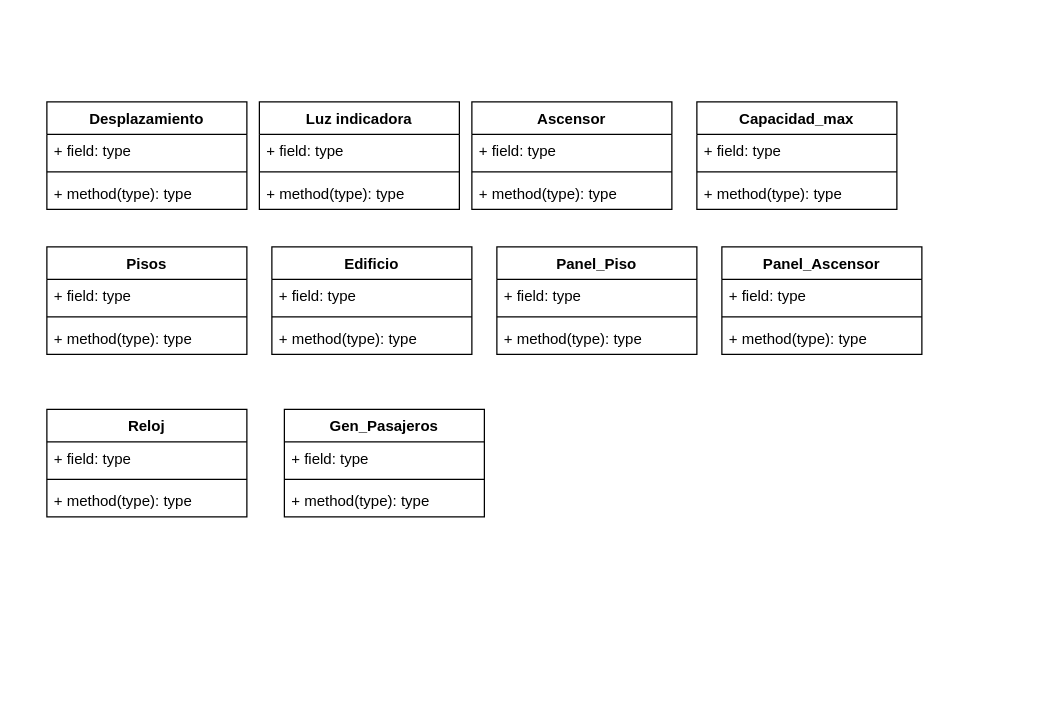
The draw.io diagram Untitled Diagram.drawio in Maguilera85/Diagrama_UML, before the edit. Source tidied: cells renumbered, new cells numbered last; positions are measured from the earlier drawing's top-left corner, leaving out a move shared by most shapes. Both pictures are drawn from the tidied source at 125%, with x=0, y=0 at pixel (46, 101).
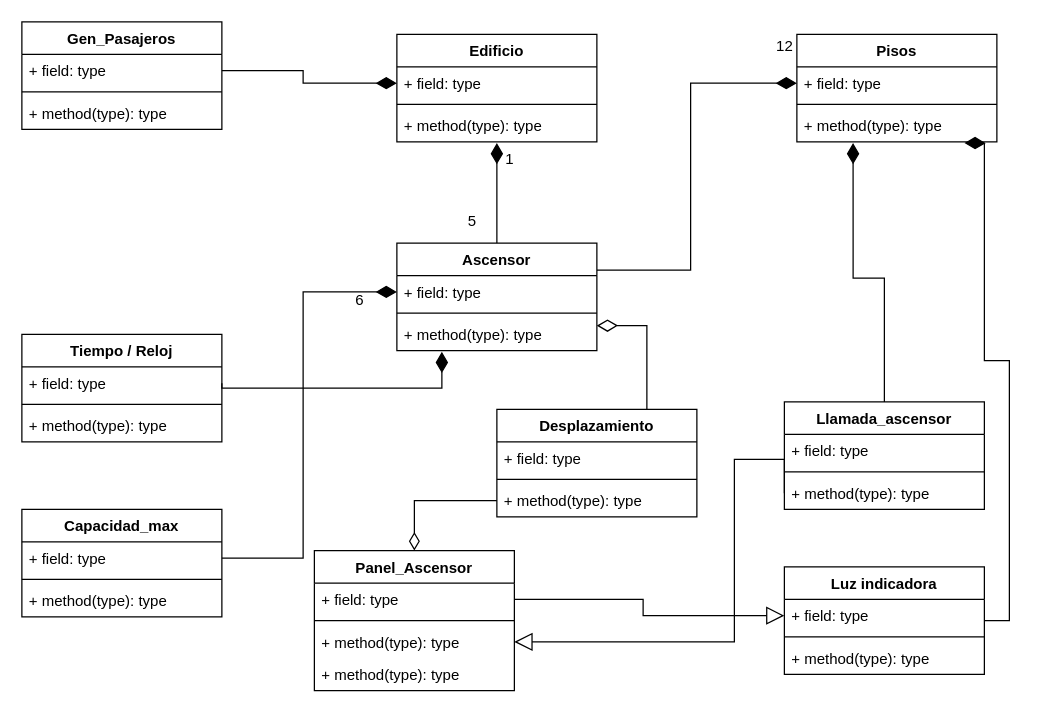
After the change.

Unchanged cells that the change refers to:
```xml
<mxCell id="3" value="+ field: type" style="text;strokeColor=none;fillColor=none;align=left;verticalAlign=top;spacingLeft=4;spacingRight=4;overflow=hidden;points=[[0,0.5],[1,0.5]];portConstraint=eastwest;" parent="2" vertex="1">
  <mxGeometry y="26" width="160" height="26" as="geometry" />
</mxCell>
<mxCell id="5" value="+ method(type): type" style="text;strokeColor=none;fillColor=none;align=left;verticalAlign=top;spacingLeft=4;spacingRight=4;overflow=hidden;points=[[0,0.5],[1,0.5]];portConstraint=eastwest;" parent="2" vertex="1">
  <mxGeometry y="60" width="160" height="26" as="geometry" />
</mxCell>
<mxCell id="7" value="+ field: type" style="text;strokeColor=none;fillColor=none;align=left;verticalAlign=top;spacingLeft=4;spacingRight=4;overflow=hidden;points=[[0,0.5],[1,0.5]];portConstraint=eastwest;" parent="6" vertex="1">
  <mxGeometry y="26" width="160" height="26" as="geometry" />
</mxCell>
<mxCell id="11" value="+ field: type" style="text;strokeColor=none;fillColor=none;align=left;verticalAlign=top;spacingLeft=4;spacingRight=4;overflow=hidden;points=[[0,0.5],[1,0.5]];portConstraint=eastwest;" parent="10" vertex="1">
  <mxGeometry y="26" width="160" height="26" as="geometry" />
</mxCell>
<mxCell id="13" value="+ method(type): type" style="text;strokeColor=none;fillColor=none;align=left;verticalAlign=top;spacingLeft=4;spacingRight=4;overflow=hidden;points=[[0,0.5],[1,0.5]];portConstraint=eastwest;" parent="10" vertex="1">
  <mxGeometry y="60" width="160" height="26" as="geometry" />
</mxCell>
<mxCell id="17" value="+ method(type): type" style="text;strokeColor=none;fillColor=none;align=left;verticalAlign=top;spacingLeft=4;spacingRight=4;overflow=hidden;points=[[0,0.5],[1,0.5]];portConstraint=eastwest;" parent="14" vertex="1">
  <mxGeometry y="60" width="160" height="26" as="geometry" />
</mxCell>
<mxCell id="21" value="+ method(type): type" style="text;strokeColor=none;fillColor=none;align=left;verticalAlign=top;spacingLeft=4;spacingRight=4;overflow=hidden;points=[[0,0.5],[1,0.5]];portConstraint=eastwest;" parent="18" vertex="1">
  <mxGeometry y="60" width="160" height="26" as="geometry" />
</mxCell>
<mxCell id="23" value="+ field: type" style="text;strokeColor=none;fillColor=none;align=left;verticalAlign=top;spacingLeft=4;spacingRight=4;overflow=hidden;points=[[0,0.5],[1,0.5]];portConstraint=eastwest;" parent="22" vertex="1">
  <mxGeometry y="26" width="160" height="26" as="geometry" />
</mxCell>
<mxCell id="25" value="+ method(type): type" style="text;strokeColor=none;fillColor=none;align=left;verticalAlign=top;spacingLeft=4;spacingRight=4;overflow=hidden;points=[[0,0.5],[1,0.5]];portConstraint=eastwest;" parent="22" vertex="1">
  <mxGeometry y="60" width="160" height="26" as="geometry" />
</mxCell>
<mxCell id="27" value="+ field: type" style="text;strokeColor=none;fillColor=none;align=left;verticalAlign=top;spacingLeft=4;spacingRight=4;overflow=hidden;points=[[0,0.5],[1,0.5]];portConstraint=eastwest;" parent="26" vertex="1">
  <mxGeometry y="26" width="160" height="26" as="geometry" />
</mxCell>
<mxCell id="31" value="+ field: type" style="text;strokeColor=none;fillColor=none;align=left;verticalAlign=top;spacingLeft=4;spacingRight=4;overflow=hidden;points=[[0,0.5],[1,0.5]];portConstraint=eastwest;" parent="30" vertex="1">
  <mxGeometry y="26" width="160" height="26" as="geometry" />
</mxCell>
<mxCell id="35" value="+ field: type" style="text;strokeColor=none;fillColor=none;align=left;verticalAlign=top;spacingLeft=4;spacingRight=4;overflow=hidden;points=[[0,0.5],[1,0.5]];portConstraint=eastwest;" parent="34" vertex="1">
  <mxGeometry y="26" width="160" height="26" as="geometry" />
</mxCell>
<mxCell id="39" value="+ field: type" style="text;strokeColor=none;fillColor=none;align=left;verticalAlign=top;spacingLeft=4;spacingRight=4;overflow=hidden;points=[[0,0.5],[1,0.5]];portConstraint=eastwest;" parent="38" vertex="1">
  <mxGeometry y="26" width="160" height="26" as="geometry" />
</mxCell>
<mxCell id="41" value="+ method(type): type" style="text;strokeColor=none;fillColor=none;align=left;verticalAlign=top;spacingLeft=4;spacingRight=4;overflow=hidden;points=[[0,0.5],[1,0.5]];portConstraint=eastwest;" parent="38" vertex="1">
  <mxGeometry y="60" width="160" height="26" as="geometry" />
</mxCell>
```

Diff of the diagram source:
```diff
@@
+    <mxCell id="42" style="edgeStyle=orthogonalEdgeStyle;rounded=0;jettySize=auto;html=1;exitX=0.5;exitY=0;exitDx=0;exitDy=0;entryX=0.5;entryY=1.038;entryDx=0;entryDy=0;entryPerimeter=0;startArrow=none;startFill=0;startSize=12;sourcePerimeterSpacing=6;endArrow=diamondThin;endFill=1;endSize=14;targetPerimeterSpacing=13;strokeWidth=1;" parent="1" edge="1" source="2" target="13">
+      <mxGeometry relative="1" as="geometry" />
+    </mxCell>
+    <mxCell id="43" style="edgeStyle=orthogonalEdgeStyle;rounded=0;jettySize=auto;html=1;exitX=1;exitY=0.25;exitDx=0;exitDy=0;entryX=0;entryY=0.5;entryDx=0;entryDy=0;startArrow=none;startFill=0;startSize=12;sourcePerimeterSpacing=6;endArrow=diamondThin;endFill=1;endSize=14;targetPerimeterSpacing=13;strokeWidth=1;" parent="1" edge="1" source="2" target="23">
+      <mxGeometry relative="1" as="geometry" />
+    </mxCell>
     <mxCell id="2" value="Ascensor" style="swimlane;fontStyle=1;align=center;verticalAlign=top;horizontal=1;startSize=26;" parent="1" vertex="1">
-      <mxGeometry x="340" width="160" height="86" as="geometry" />
+      <mxGeometry x="280" y="113" width="160" height="86" as="geometry" />
     </mxCell>
@@
     <mxCell id="6" value="Capacidad_max" style="swimlane;fontStyle=1;align=center;verticalAlign=top;horizontal=1;startSize=26;" parent="1" vertex="1">
-      <mxGeometry x="520" width="160" height="86" as="geometry" />
+      <mxGeometry x="-20" y="326" width="160" height="86" as="geometry" />
     </mxCell>
@@
     <mxCell id="10" value="Edificio" style="swimlane;fontStyle=1;align=center;verticalAlign=top;horizontal=1;startSize=26;" parent="1" vertex="1">
-      <mxGeometry x="180" y="116" width="160" height="86" as="geometry" />
+      <mxGeometry x="280" y="-54" width="160" height="86" as="geometry" />
     </mxCell>
@@
+    <mxCell id="44" style="edgeStyle=orthogonalEdgeStyle;rounded=0;jettySize=auto;html=1;exitX=0.75;exitY=0;exitDx=0;exitDy=0;entryX=1;entryY=0.231;entryDx=0;entryDy=0;entryPerimeter=0;startArrow=none;startFill=0;startSize=12;sourcePerimeterSpacing=6;endArrow=diamondThin;endFill=0;endSize=14;targetPerimeterSpacing=13;strokeWidth=1;" parent="1" edge="1" source="14" target="5">
+      <mxGeometry relative="1" as="geometry" />
+    </mxCell>
     <mxCell id="14" value="Desplazamiento" style="swimlane;fontStyle=1;align=center;verticalAlign=top;horizontal=1;startSize=26;" parent="1" vertex="1">
-      <mxGeometry width="160" height="86" as="geometry" />
+      <mxGeometry x="360" y="246" width="160" height="86" as="geometry" />
     </mxCell>
@@
+    <mxCell id="45" style="edgeStyle=orthogonalEdgeStyle;rounded=0;jettySize=auto;html=1;exitX=0.5;exitY=0;exitDx=0;exitDy=0;entryX=0.281;entryY=1.038;entryDx=0;entryDy=0;entryPerimeter=0;startArrow=none;startFill=0;startSize=12;sourcePerimeterSpacing=6;endArrow=diamondThin;endFill=1;endSize=14;targetPerimeterSpacing=13;strokeWidth=1;" parent="1" edge="1" source="18" target="25">
+      <mxGeometry relative="1" as="geometry" />
+    </mxCell>
-    <mxCell id="18" value="Panel_Piso" style="swimlane;fontStyle=1;align=center;verticalAlign=top;horizontal=1;startSize=26;" parent="1" vertex="1">
-      <mxGeometry x="360" y="116" width="160" height="86" as="geometry" />
+    <mxCell id="18" value="Llamada_ascensor" style="swimlane;fontStyle=1;align=center;verticalAlign=top;horizontal=1;startSize=26;" parent="1" vertex="1">
+      <mxGeometry x="590" y="240" width="160" height="86" as="geometry" />
     </mxCell>
@@
     <mxCell id="22" value="Pisos" style="swimlane;fontStyle=1;align=center;verticalAlign=top;horizontal=1;startSize=26;" parent="1" vertex="1">
-      <mxGeometry y="116" width="160" height="86" as="geometry" />
+      <mxGeometry x="600" y="-54" width="160" height="86" as="geometry" />
     </mxCell>
@@
+    <mxCell id="46" style="edgeStyle=orthogonalEdgeStyle;rounded=0;jettySize=auto;html=1;exitX=1;exitY=0.5;exitDx=0;exitDy=0;entryX=0.838;entryY=1.038;entryDx=0;entryDy=0;entryPerimeter=0;startArrow=none;startFill=0;startSize=12;sourcePerimeterSpacing=6;endArrow=diamondThin;endFill=1;endSize=14;targetPerimeterSpacing=13;strokeWidth=1;" parent="1" edge="1" source="26" target="25">
+      <mxGeometry relative="1" as="geometry">
+        <Array as="points">
+          <mxPoint x="770" y="415" />
+          <mxPoint x="770" y="207" />
+          <mxPoint x="750" y="207" />
+          <mxPoint x="750" y="33" />
+        </Array>
+      </mxGeometry>
+    </mxCell>
     <mxCell id="26" value="Luz indicadora" style="swimlane;fontStyle=1;align=center;verticalAlign=top;horizontal=1;startSize=26;" parent="1" vertex="1">
-      <mxGeometry x="170" width="160" height="86" as="geometry" />
+      <mxGeometry x="590" y="372" width="160" height="86" as="geometry" />
     </mxCell>
@@
-    <mxCell id="30" value="Reloj" style="swimlane;fontStyle=1;align=center;verticalAlign=top;horizontal=1;startSize=26;" parent="1" vertex="1">
-      <mxGeometry y="246" width="160" height="86" as="geometry" />
+    <mxCell id="30" value="Tiempo / Reloj" style="swimlane;fontStyle=1;align=center;verticalAlign=top;horizontal=1;startSize=26;" parent="1" vertex="1">
+      <mxGeometry x="-20" y="186" width="160" height="86" as="geometry" />
     </mxCell>
@@
     <mxCell id="34" value="Gen_Pasajeros" style="swimlane;fontStyle=1;align=center;verticalAlign=top;horizontal=1;startSize=26;" parent="1" vertex="1">
-      <mxGeometry x="190" y="246" width="160" height="86" as="geometry" />
+      <mxGeometry x="-20" y="-64" width="160" height="86" as="geometry" />
     </mxCell>
@@
+    <mxCell id="47" style="edgeStyle=orthogonalEdgeStyle;rounded=0;jettySize=auto;html=1;exitX=0.5;exitY=0;exitDx=0;exitDy=0;entryX=0;entryY=0.5;entryDx=0;entryDy=0;startArrow=diamondThin;startFill=0;startSize=12;sourcePerimeterSpacing=6;endArrow=none;endFill=0;endSize=14;targetPerimeterSpacing=13;strokeWidth=1;" parent="1" edge="1" source="38" target="17">
+      <mxGeometry relative="1" as="geometry" />
+    </mxCell>
     <mxCell id="38" value="Panel_Ascensor" style="swimlane;fontStyle=1;align=center;verticalAlign=top;horizontal=1;startSize=26;" parent="1" vertex="1">
-      <mxGeometry x="540" y="116" width="160" height="86" as="geometry" />
+      <mxGeometry x="214" y="359" width="160" height="112" as="geometry" />
     </mxCell>
@@
+    <mxCell id="48" value="+ method(type): type" style="text;strokeColor=none;fillColor=none;align=left;verticalAlign=top;spacingLeft=4;spacingRight=4;overflow=hidden;" parent="38" vertex="1">
+      <mxGeometry y="86" width="160" height="26" as="geometry" />
+    </mxCell>
+    <mxCell id="49" value="1" style="text;html=1;align=center;verticalAlign=middle;" parent="1" vertex="1">
+      <mxGeometry x="360" y="36" width="20" height="20" as="geometry" />
+    </mxCell>
+    <mxCell id="50" value="5" style="text;html=1;align=center;verticalAlign=middle;" parent="1" vertex="1">
+      <mxGeometry x="330" y="86" width="20" height="20" as="geometry" />
+    </mxCell>
+    <mxCell id="51" value="12" style="text;html=1;align=center;verticalAlign=middle;" parent="1" vertex="1">
+      <mxGeometry x="575" y="-54" width="30" height="20" as="geometry" />
+    </mxCell>
+    <mxCell id="52" value="&lt;div&gt;6&lt;/div&gt;&lt;div&gt;&lt;br&gt;&lt;/div&gt;" style="text;html=1;align=center;verticalAlign=middle;" parent="1" vertex="1">
+      <mxGeometry x="240" y="151" width="20" height="30" as="geometry" />
+    </mxCell>
+    <mxCell id="53" style="edgeStyle=orthogonalEdgeStyle;rounded=0;jettySize=auto;html=1;exitX=1;exitY=0.5;exitDx=0;exitDy=0;entryX=0.225;entryY=1.038;entryDx=0;entryDy=0;entryPerimeter=0;startArrow=none;startFill=0;startSize=12;sourcePerimeterSpacing=6;endArrow=diamondThin;endFill=1;endSize=14;targetPerimeterSpacing=13;strokeWidth=1;" parent="1" edge="1" source="31" target="5">
+      <mxGeometry relative="1" as="geometry">
+        <Array as="points">
+          <mxPoint x="140" y="229" />
+          <mxPoint x="316" y="229" />
+        </Array>
+      </mxGeometry>
+    </mxCell>
+    <mxCell id="54" style="edgeStyle=orthogonalEdgeStyle;rounded=0;jettySize=auto;html=1;exitX=1;exitY=0.5;exitDx=0;exitDy=0;entryX=0;entryY=0.5;entryDx=0;entryDy=0;startArrow=none;startFill=0;startSize=12;sourcePerimeterSpacing=6;endArrow=diamondThin;endFill=1;endSize=14;targetPerimeterSpacing=13;strokeWidth=1;" parent="1" edge="1" source="7" target="3">
+      <mxGeometry relative="1" as="geometry" />
+    </mxCell>
+    <mxCell id="55" style="edgeStyle=orthogonalEdgeStyle;rounded=0;jettySize=auto;html=1;exitX=1;exitY=0.5;exitDx=0;exitDy=0;entryX=0;entryY=0.5;entryDx=0;entryDy=0;startArrow=none;startFill=0;startSize=12;sourcePerimeterSpacing=6;endArrow=diamondThin;endFill=1;endSize=14;targetPerimeterSpacing=13;strokeWidth=1;" parent="1" edge="1" source="35" target="11">
+      <mxGeometry relative="1" as="geometry" />
+    </mxCell>
+    <mxCell id="56" style="edgeStyle=orthogonalEdgeStyle;rounded=0;jettySize=auto;html=1;exitX=1;exitY=0.5;exitDx=0;exitDy=0;entryX=0;entryY=0.5;entryDx=0;entryDy=0;startArrow=block;startFill=0;startSize=12;sourcePerimeterSpacing=6;endArrow=none;endFill=0;endSize=14;targetPerimeterSpacing=13;strokeWidth=1;" parent="1" edge="1" source="41" target="21">
+      <mxGeometry relative="1" as="geometry">
+        <Array as="points">
+          <mxPoint x="550" y="432" />
+          <mxPoint x="550" y="286" />
+          <mxPoint x="590" y="286" />
+        </Array>
+      </mxGeometry>
+    </mxCell>
+    <mxCell id="57" style="edgeStyle=orthogonalEdgeStyle;rounded=0;jettySize=auto;html=1;exitX=0;exitY=0.5;exitDx=0;exitDy=0;entryX=1;entryY=0.5;entryDx=0;entryDy=0;startArrow=block;startFill=0;startSize=12;sourcePerimeterSpacing=6;endArrow=none;endFill=0;endSize=14;targetPerimeterSpacing=13;strokeWidth=1;" parent="1" edge="1" source="27" target="39">
+      <mxGeometry relative="1" as="geometry" />
+    </mxCell>
```
